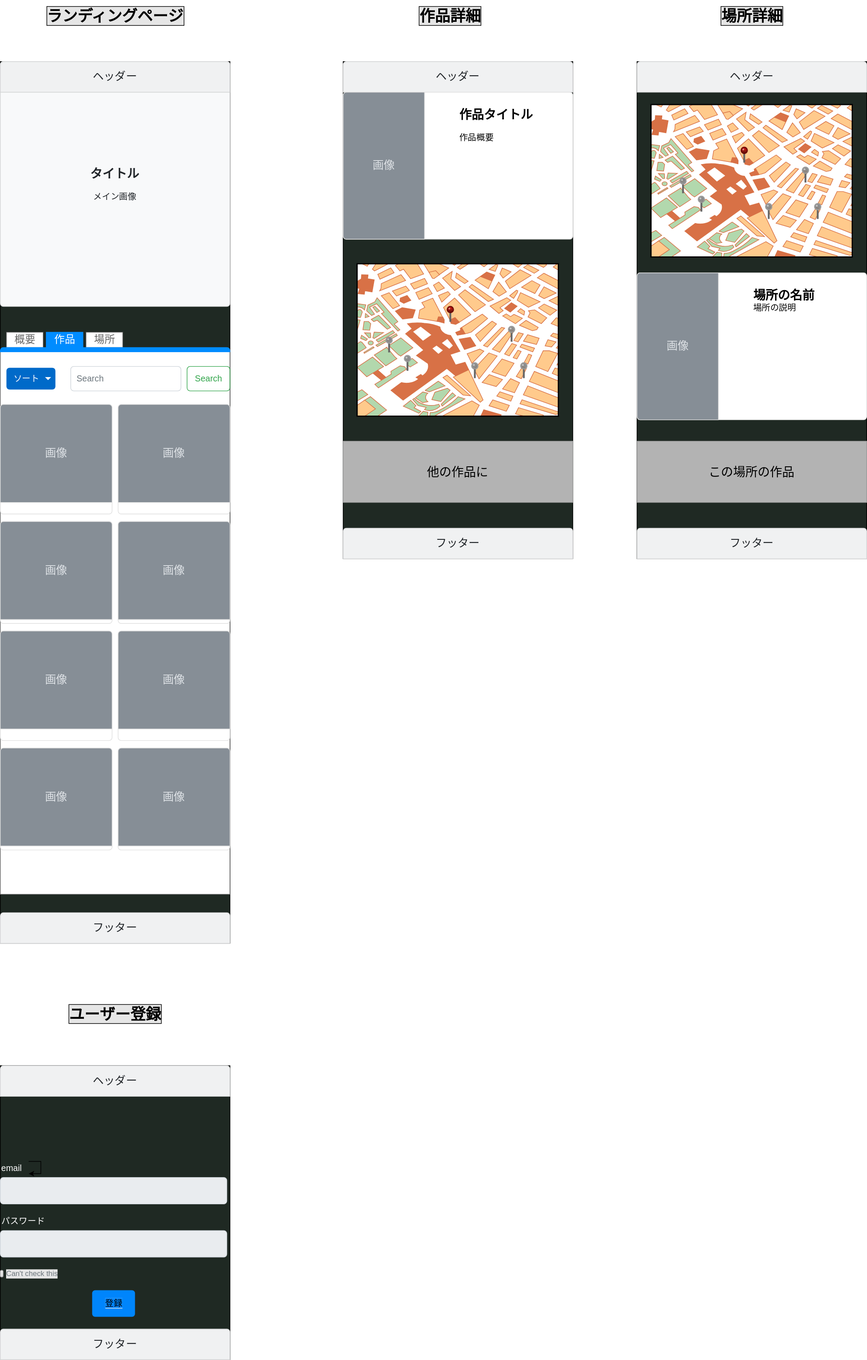
The draw.io diagram flame.drawio.svg in takumi98/PersonalDevelopment, before a commit. Source tidied: cells renumbered, new cells last; positions are measured from the earlier drawing's top-left corner, leaving out a move shared by most shapes.
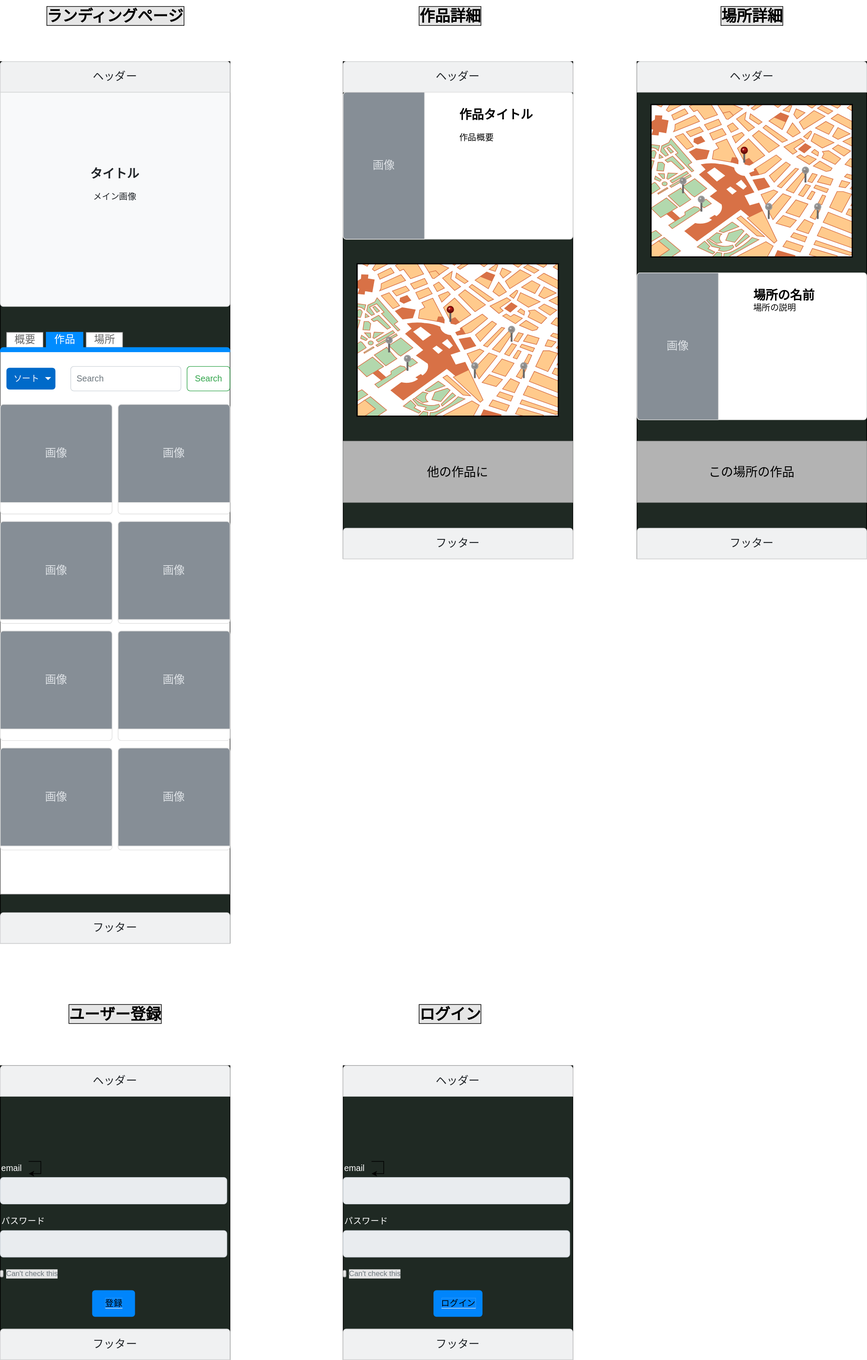
After the change.

Commit message:
[add]ログイン画面のフレーム追加

Diff of the diagram source:
```diff
@@ -260,5 +260,50 @@
     <mxCell id="83" value="&lt;font style=&quot;font-size: 25px&quot;&gt;ユーザー登録&lt;/font&gt;" style="text;html=1;strokeColor=none;fillColor=none;align=center;verticalAlign=middle;whiteSpace=wrap;rounded=0;fontStyle=1;labelBorderColor=#000000;labelBackgroundColor=#E6E6E6;fontColor=#000000;" parent="1" vertex="1">
       <mxGeometry x="52.5" y="1630" width="270" height="50" as="geometry" />
     </mxCell>
+    <mxCell id="84" style="group;" parent="1" vertex="1">
+      <mxGeometry x="560" y="1630" width="375" height="590" as="geometry" />
+    </mxCell>
+    <mxCell id="85" style="group;" parent="84" vertex="1">
+      <mxGeometry y="110" width="375" height="480" as="geometry" />
+    </mxCell>
+    <mxCell id="86" style="verticalLabelPosition=bottom;verticalAlign=top;html=1;shadow=0;dashed=0;strokeWidth=1;shape=mxgraph.ios.iBgFlat;strokeColor=#18211b;fillColor=#1f2923;labelBackgroundColor=#E6E6E6;fontColor=#000000;" parent="85" vertex="1">
+      <mxGeometry width="375" height="480" as="geometry" />
+    </mxCell>
+    <mxCell id="87" style="verticalLabelPosition=bottom;verticalAlign=top;html=1;shadow=0;dashed=0;strokeWidth=1;shape=mxgraph.ios.iBgFlat;fillColor=none;strokeColor=#000000;" parent="85" vertex="1">
+      <mxGeometry width="375" height="480" as="geometry" />
+    </mxCell>
+    <mxCell id="88" value="ヘッダー" style="html=1;shadow=0;dashed=0;shape=mxgraph.bootstrap.topButton;rSize=5;perimeter=none;whiteSpace=wrap;fillColor=#F0F1F2;strokeColor=#D2D3D4;fontColor=#212529;fontSize=18;align=center;spacing=20;" parent="85" vertex="1">
+      <mxGeometry width="375" height="50" as="geometry" />
+    </mxCell>
+    <mxCell id="89" value="フッター" style="html=1;shadow=0;dashed=0;shape=mxgraph.bootstrap.topButton;rSize=5;perimeter=none;whiteSpace=wrap;fillColor=#F0F1F2;strokeColor=#D2D3D4;fontColor=#212529;fontSize=18;align=center;spacing=20;" parent="85" vertex="1">
+      <mxGeometry y="430" width="375" height="50" as="geometry" />
+    </mxCell>
+    <mxCell id="90" style="group;" parent="85" vertex="1">
+      <mxGeometry y="150" width="370" height="260" as="geometry" />
+    </mxCell>
+    <mxCell id="91" value="email" style="fillColor=none;strokeColor=none;align=left;fontSize=14;labelBackgroundColor=none;fontColor=#FFFFFF;" parent="90" vertex="1">
+      <mxGeometry width="46.2" height="32.5" as="geometry" />
+    </mxCell>
+    <mxCell id="92" style="html=1;shadow=0;dashed=0;shape=mxgraph.bootstrap.rrect;rSize=5;fillColor=#E9ECEF;strokeColor=#CED4DA;align=left;spacing=15;fontSize=14;fontColor=#6C767D;labelBackgroundColor=#E6E6E6;" parent="90" vertex="1">
+      <mxGeometry y="32.5" width="370" height="43.3" as="geometry" />
+    </mxCell>
+    <mxCell id="93" value="パスワード" style="fillColor=none;strokeColor=none;align=left;fontSize=14;labelBackgroundColor=none;fontColor=#FFFFFF;" parent="90" vertex="1">
+      <mxGeometry y="86.7" width="46.2" height="32.5" as="geometry" />
+    </mxCell>
+    <mxCell id="94" style="html=1;shadow=0;dashed=0;shape=mxgraph.bootstrap.rrect;rSize=5;fillColor=#E9ECEF;strokeColor=#CED4DA;align=left;spacing=15;fontSize=14;fontColor=#6C767D;labelBackgroundColor=#E6E6E6;" parent="90" vertex="1">
+      <mxGeometry y="119.2" width="370" height="43.3" as="geometry" />
+    </mxCell>
+    <mxCell id="95" value="Can't check this" style="html=1;shadow=0;dashed=0;shape=mxgraph.bootstrap.checkbox2;labelPosition=right;verticalLabelPosition=middle;align=left;verticalAlign=middle;gradientColor=#DEDEDE;fillColor=#EDEDED;strokeColor=#A6A6A6;checked=0;spacing=5;fontColor=#6C767D;checkedFill=#0085FC;checkedStroke=#ffffff;labelBackgroundColor=#E6E6E6;" parent="90" vertex="1">
+      <mxGeometry y="184.2" width="4.6" height="10.8" as="geometry" />
+    </mxCell>
+    <mxCell id="96" style="edgeStyle=orthogonalEdgeStyle;rounded=0;orthogonalLoop=1;jettySize=auto;html=1;fontColor=#000000;" parent="90" edge="1" source="91" target="91">
+      <mxGeometry relative="1" as="geometry" />
+    </mxCell>
+    <mxCell id="97" value="&lt;font color=&quot;#000000&quot; style=&quot;background-color: rgb(0 , 133 , 252)&quot;&gt;ログイン&lt;/font&gt;" style="html=1;shadow=0;dashed=0;shape=mxgraph.bootstrap.rrect;rSize=5;fillColor=#0085FC;strokeColor=none;align=center;spacing=15;fontSize=14;fontColor=#ffffff;labelBackgroundColor=#E6E6E6;" parent="85" vertex="1">
+      <mxGeometry x="147.5" y="366.7" width="80" height="43.3" as="geometry" />
+    </mxCell>
+    <mxCell id="98" value="&lt;span style=&quot;font-size: 25px&quot;&gt;ログイン&lt;/span&gt;" style="text;html=1;strokeColor=none;fillColor=none;align=center;verticalAlign=middle;whiteSpace=wrap;rounded=0;fontStyle=1;labelBorderColor=#000000;labelBackgroundColor=#E6E6E6;fontColor=#000000;" parent="84" vertex="1">
+      <mxGeometry x="40" width="270" height="50" as="geometry" />
+    </mxCell>
   </root>
 </mxGraphModel>
```
